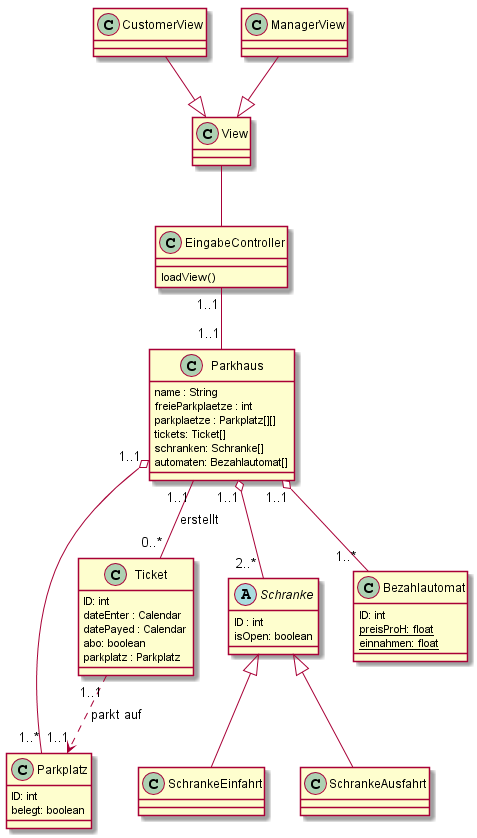
This is UML/Class_Diagram.png from sheepy18/Digital_Parkhaus, a PlantUML export, as it was before one commit.
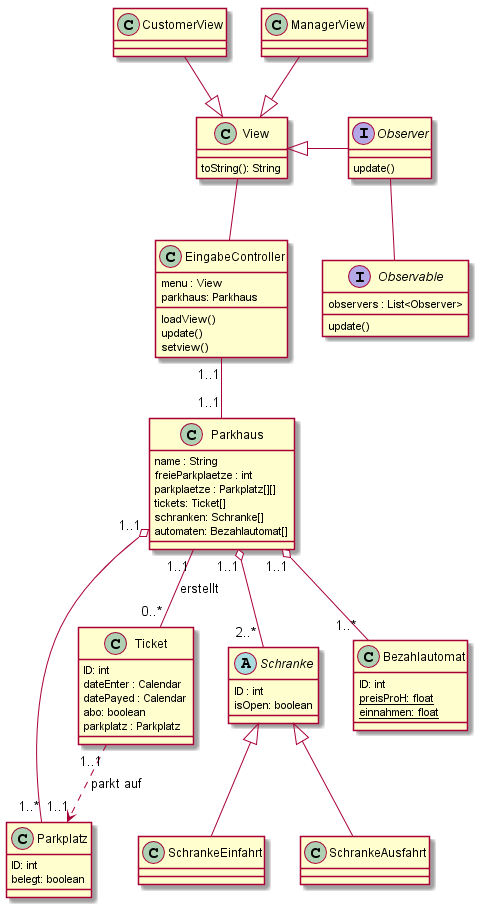
Later version of the same file.

Diff of the diagram source:
```diff
@@ -1,12 +1,24 @@
 @startuml
+interface Observable{
+	observers : List<Observer>
+	update()
+}
+interface Observer{
+	update()
+}
 class View{
+	toString(): String
 }
 class ManagerView{
 }
 class CustomerView{
 }
 class EingabeController {
+	menu : View
+	parkhaus: Parkhaus
 	loadView()
+	update()
+	setview()
 }
 class Parkhaus {
   name : String
@@ -41,6 +53,8 @@
      ID: int
      belegt: boolean
 }
+View <|-right- Observer
+Observer -- Observable
 View <|-up- ManagerView
 View <|-up- CustomerView
 EingabeController -up- View
```
